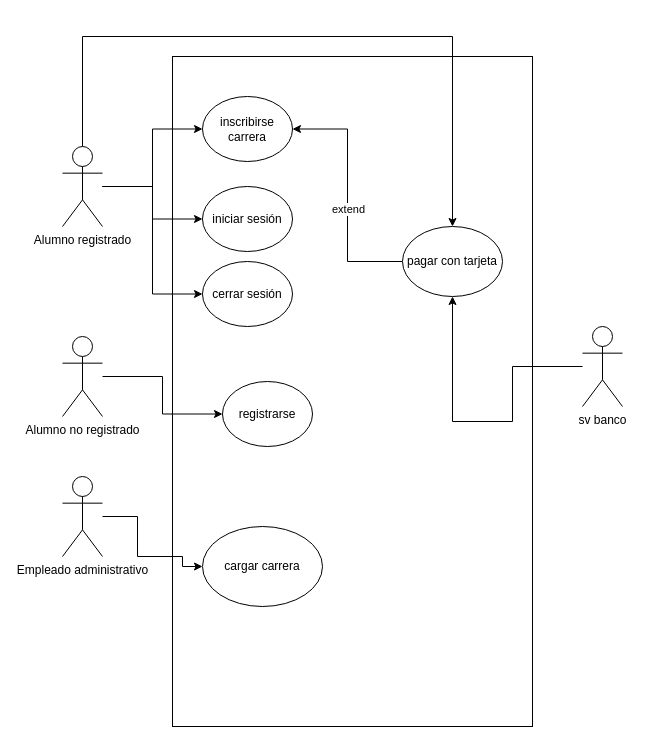
Above: Diagrama sin título.drawio in ManuE101/proyectoCaC (draw.io), before the change. Source tidied: cells renumbered, new cells numbered last; positions are measured from the earlier drawing's top-left corner, leaving out a move shared by most shapes. Both pictures are drawn from the tidied source at 100%, with x=0, y=0 at pixel (62, 36).
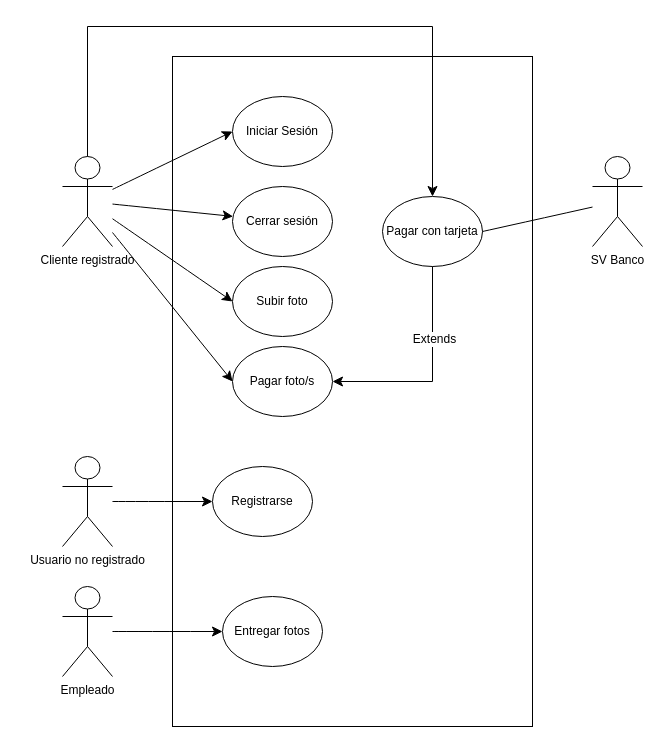
The same page after the edit.

The edit, as a diff of the source:
```diff
@@
-    <mxCell id="2" value="Alumno registrado" style="shape=umlActor;verticalLabelPosition=bottom;verticalAlign=top;html=1;outlineConnect=0;" parent="1" vertex="1">
-      <mxGeometry y="110" width="40" height="80" as="geometry" />
-    </mxCell>
-    <mxCell id="3" value="Empleado administrativo" style="shape=umlActor;verticalLabelPosition=bottom;verticalAlign=top;html=1;outlineConnect=0;" parent="1" vertex="1">
-      <mxGeometry y="440" width="40" height="80" as="geometry" />
-    </mxCell>
@@
-    <mxCell id="5" value="sv banco" style="shape=umlActor;verticalLabelPosition=bottom;verticalAlign=top;html=1;outlineConnect=0;" parent="1" vertex="1">
-      <mxGeometry x="520" y="290" width="40" height="80" as="geometry" />
-    </mxCell>
-    <mxCell id="6" style="edgeStyle=orthogonalEdgeStyle;rounded=0;jettySize=auto;html=1;entryX=0;entryY=0.5;entryDx=0;entryDy=0;" parent="1" edge="1" source="7" target="10">
-      <mxGeometry relative="1" as="geometry" />
-    </mxCell>
-    <mxCell id="7" value="Alumno no registrado" style="shape=umlActor;verticalLabelPosition=bottom;verticalAlign=top;html=1;outlineConnect=0;" parent="1" vertex="1">
-      <mxGeometry y="300" width="40" height="80" as="geometry" />
-    </mxCell>
-    <mxCell id="8" value="cargar carrera" style="ellipse;whiteSpace=wrap;html=1;" parent="1" vertex="1">
-      <mxGeometry x="140" y="490" width="120" height="80" as="geometry" />
-    </mxCell>
-    <mxCell id="9" style="edgeStyle=orthogonalEdgeStyle;rounded=0;jettySize=auto;html=1;entryX=0;entryY=0.5;entryDx=0;entryDy=0;" parent="1" edge="1" source="3" target="8">
-      <mxGeometry relative="1" as="geometry">
-        <Array as="points">
-          <mxPoint x="75" y="480" />
-          <mxPoint x="75" y="520" />
-          <mxPoint x="120" y="520" />
-          <mxPoint x="120" y="530" />
-        </Array>
-      </mxGeometry>
-    </mxCell>
-    <mxCell id="10" value="registrarse" style="ellipse;whiteSpace=wrap;html=1;" parent="1" vertex="1">
-      <mxGeometry x="160" y="345" width="90" height="65" as="geometry" />
-    </mxCell>
-    <mxCell id="11" style="edgeStyle=orthogonalEdgeStyle;rounded=0;jettySize=auto;html=1;entryX=1;entryY=0.5;entryDx=0;entryDy=0;" parent="1" edge="1" source="13" target="17">
-      <mxGeometry relative="1" as="geometry" />
-    </mxCell>
-    <mxCell id="12" value="extend" style="edgeLabel;html=1;align=center;verticalAlign=middle;" parent="11" vertex="1">
-      <mxGeometry x="-0.1" y="-1" relative="1" as="geometry">
-        <mxPoint x="-1" y="1" as="offset" />
-      </mxGeometry>
-    </mxCell>
-    <mxCell id="13" value="pagar con tarjeta" style="ellipse;whiteSpace=wrap;html=1;" parent="1" vertex="1">
-      <mxGeometry x="340" y="190" width="100" height="70" as="geometry" />
-    </mxCell>
-    <mxCell id="14" style="edgeStyle=orthogonalEdgeStyle;rounded=0;jettySize=auto;html=1;" parent="1" edge="1" source="5" target="13">
-      <mxGeometry relative="1" as="geometry">
-        <Array as="points">
-          <mxPoint x="450" y="330" />
-          <mxPoint x="450" y="385" />
-        </Array>
-      </mxGeometry>
-    </mxCell>
-    <mxCell id="15" value="iniciar sesión" style="ellipse;whiteSpace=wrap;html=1;" parent="1" vertex="1">
-      <mxGeometry x="140" y="150" width="90" height="65" as="geometry" />
-    </mxCell>
-    <mxCell id="16" value="cerrar sesión" style="ellipse;whiteSpace=wrap;html=1;" parent="1" vertex="1">
-      <mxGeometry x="140" y="225" width="90" height="65" as="geometry" />
-    </mxCell>
-    <mxCell id="17" value="inscribirse&lt;div&gt;carrera&lt;/div&gt;" style="ellipse;whiteSpace=wrap;html=1;" parent="1" vertex="1">
-      <mxGeometry x="140" y="60" width="90" height="65" as="geometry" />
-    </mxCell>
-    <mxCell id="18" style="edgeStyle=orthogonalEdgeStyle;rounded=0;jettySize=auto;html=1;entryX=0.5;entryY=0;entryDx=0;entryDy=0;" parent="1" edge="1" source="2" target="13">
-      <mxGeometry relative="1" as="geometry">
-        <Array as="points">
-          <mxPoint x="20" />
-          <mxPoint x="390" />
-        </Array>
-      </mxGeometry>
-    </mxCell>
-    <mxCell id="19" style="edgeStyle=orthogonalEdgeStyle;rounded=0;jettySize=auto;html=1;" parent="1" edge="1" source="2" target="17">
-      <mxGeometry relative="1" as="geometry" />
-    </mxCell>
-    <mxCell id="20" style="edgeStyle=orthogonalEdgeStyle;rounded=0;jettySize=auto;html=1;entryX=0;entryY=0.5;entryDx=0;entryDy=0;" parent="1" edge="1" source="2" target="15">
-      <mxGeometry relative="1" as="geometry" />
-    </mxCell>
-    <mxCell id="21" style="edgeStyle=orthogonalEdgeStyle;rounded=0;jettySize=auto;html=1;entryX=0;entryY=0.5;entryDx=0;entryDy=0;" parent="1" edge="1" source="2" target="16">
-      <mxGeometry relative="1" as="geometry" />
-    </mxCell>
+    <mxCell id="22" style="edgeStyle=none;curved=1;rounded=0;jettySize=auto;html=1;fontSize=12;startSize=8;endSize=8;" parent="1" edge="1" source="23" target="29">
+      <mxGeometry relative="1" as="geometry" />
+    </mxCell>
+    <mxCell id="23" value="Usuario no registrado" style="shape=umlActor;verticalLabelPosition=bottom;verticalAlign=top;html=1;outlineConnect=0;" parent="1" vertex="1">
+      <mxGeometry y="420" width="50" height="90" as="geometry" />
+    </mxCell>
+    <mxCell id="24" style="edgeStyle=none;curved=1;rounded=0;jettySize=auto;html=1;fontSize=12;startSize=8;endSize=8;entryX=0;entryY=0.5;entryDx=0;entryDy=0;" parent="1" edge="1" source="28" target="38">
+      <mxGeometry relative="1" as="geometry" />
+    </mxCell>
+    <mxCell id="25" style="edgeStyle=none;curved=1;rounded=0;jettySize=auto;html=1;fontSize=12;startSize=8;endSize=8;entryX=0;entryY=0.5;entryDx=0;entryDy=0;" parent="1" edge="1" source="28" target="30">
+      <mxGeometry relative="1" as="geometry" />
+    </mxCell>
+    <mxCell id="26" style="edgeStyle=none;curved=1;rounded=0;jettySize=auto;html=1;fontSize=12;startSize=8;endSize=8;entryX=0;entryY=0.5;entryDx=0;entryDy=0;" parent="1" edge="1" source="28" target="39">
+      <mxGeometry relative="1" as="geometry" />
+    </mxCell>
+    <mxCell id="27" style="edgeStyle=none;curved=1;rounded=0;jettySize=auto;html=1;fontSize=12;startSize=8;endSize=8;" parent="1" edge="1" source="28" target="31">
+      <mxGeometry relative="1" as="geometry" />
+    </mxCell>
+    <mxCell id="28" value="Cliente registrado" style="shape=umlActor;verticalLabelPosition=bottom;verticalAlign=top;html=1;outlineConnect=0;" parent="1" vertex="1">
+      <mxGeometry y="120" width="50" height="90" as="geometry" />
+    </mxCell>
+    <mxCell id="29" value="Registrarse" style="ellipse;whiteSpace=wrap;html=1;" parent="1" vertex="1">
+      <mxGeometry x="150" y="430" width="100" height="70" as="geometry" />
+    </mxCell>
+    <mxCell id="30" value="Iniciar Sesión" style="ellipse;whiteSpace=wrap;html=1;" parent="1" vertex="1">
+      <mxGeometry x="170" y="60" width="100" height="70" as="geometry" />
+    </mxCell>
+    <mxCell id="31" value="Cerrar sesión" style="ellipse;whiteSpace=wrap;html=1;" parent="1" vertex="1">
+      <mxGeometry x="170" y="150" width="100" height="70" as="geometry" />
+    </mxCell>
+    <mxCell id="32" value="SV Banco" style="shape=umlActor;verticalLabelPosition=bottom;verticalAlign=top;html=1;outlineConnect=0;" parent="1" vertex="1">
+      <mxGeometry x="530" y="120" width="50" height="90" as="geometry" />
+    </mxCell>
+    <mxCell id="33" style="edgeStyle=none;curved=1;rounded=0;jettySize=auto;html=1;fontSize=12;startSize=8;endSize=8;" parent="1" edge="1" source="34" target="35">
+      <mxGeometry relative="1" as="geometry" />
+    </mxCell>
+    <mxCell id="34" value="Empleado" style="shape=umlActor;verticalLabelPosition=bottom;verticalAlign=top;html=1;outlineConnect=0;" parent="1" vertex="1">
+      <mxGeometry y="550" width="50" height="90" as="geometry" />
+    </mxCell>
+    <mxCell id="35" value="Entregar fotos" style="ellipse;whiteSpace=wrap;html=1;" parent="1" vertex="1">
+      <mxGeometry x="160" y="560" width="100" height="70" as="geometry" />
+    </mxCell>
+    <mxCell id="36" value="Pagar con tarjeta" style="ellipse;whiteSpace=wrap;html=1;" parent="1" vertex="1">
+      <mxGeometry x="320" y="160" width="100" height="70" as="geometry" />
+    </mxCell>
+    <mxCell id="37" style="edgeStyle=elbowEdgeStyle;elbow=vertical;endArrow=classic;html=1;curved=0;rounded=0;endSize=8;startSize=8;fontSize=12;exitX=0.5;exitY=0;exitDx=0;exitDy=0;exitPerimeter=0;entryX=0.5;entryY=0;entryDx=0;entryDy=0;" parent="1" edge="1" source="28" target="36">
+      <mxGeometry relative="1" as="geometry">
+        <Array as="points">
+          <mxPoint x="210" y="-10" />
+        </Array>
+      </mxGeometry>
+    </mxCell>
+    <mxCell id="38" value="Subir foto" style="ellipse;whiteSpace=wrap;html=1;" parent="1" vertex="1">
+      <mxGeometry x="170" y="230" width="100" height="70" as="geometry" />
+    </mxCell>
+    <mxCell id="39" value="Pagar foto/s" style="ellipse;whiteSpace=wrap;html=1;" parent="1" vertex="1">
+      <mxGeometry x="170" y="310" width="100" height="70" as="geometry" />
+    </mxCell>
+    <mxCell id="40" style="endArrow=none;html=1;rounded=0;fontSize=12;startSize=8;endSize=8;curved=1;exitX=1;exitY=0.5;exitDx=0;exitDy=0;" parent="1" edge="1" source="36" target="32">
+      <mxGeometry relative="1" as="geometry" />
+    </mxCell>
+    <mxCell id="41" style="edgeStyle=segmentEdgeStyle;endArrow=classic;html=1;curved=0;rounded=0;endSize=8;startSize=8;fontSize=12;exitX=0.5;exitY=1;exitDx=0;exitDy=0;entryX=1;entryY=0.5;entryDx=0;entryDy=0;" parent="1" edge="1" source="36" target="39">
+      <mxGeometry relative="1" as="geometry">
+        <Array as="points">
+          <mxPoint x="370" y="345" />
+        </Array>
+      </mxGeometry>
+    </mxCell>
+    <mxCell id="42" value="Extends" style="edgeLabel;html=1;align=center;verticalAlign=middle;fontSize=12;" parent="41" vertex="1">
+      <mxGeometry x="-0.33" y="1" relative="1" as="geometry" />
+    </mxCell>
```
